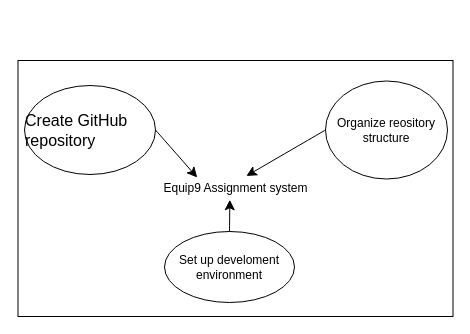
The draw.io diagram GitHub repository management .drawio in Shifa1002/Equip9-Assignment-, before the edit. Source tidied: cells renumbered, new cells numbered last; positions are measured from the earlier drawing's top-left corner, leaving out a move shared by most shapes. Both pictures are drawn from the tidied source at 100%, with x=0, y=0 at pixel (18, 60).
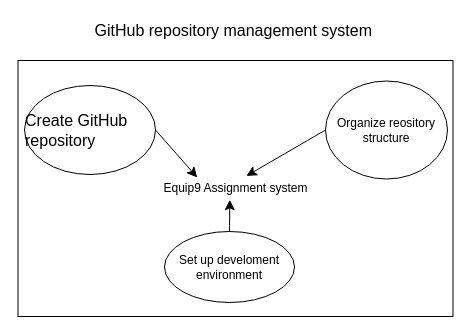
After the change.

What changed in the source:
```diff
@@
 <mxGraphModel>
   <root>
     <mxCell id="0" />
     <mxCell id="1" parent="0" />
     <mxCell id="2" style="edgeStyle=none;curved=1;rounded=0;jettySize=auto;html=1;fontSize=12;startSize=8;endSize=8;" parent="1" edge="1" source="3">
       <mxGeometry relative="1" as="geometry">
         <mxPoint x="217" y="139.9" as="targetPoint" />
       </mxGeometry>
     </mxCell>
     <mxCell id="3" value="Equip9 Assignment system" style="rounded=0;whiteSpace=wrap;html=1;" parent="1" vertex="1">
       <mxGeometry x="-0.5" width="435" height="256" as="geometry" />
     </mxCell>
     <mxCell id="4" value="&lt;div style=&quot;text-align: start;&quot;&gt;&lt;font size=&quot;3&quot;&gt;&lt;span style=&quot;-webkit-text-size-adjust: auto;&quot;&gt;Create GitHub repository&lt;/span&gt;&lt;/font&gt;&lt;/div&gt;" style="ellipse;whiteSpace=wrap;html=1;" parent="1" vertex="1">
       <mxGeometry x="6" y="25" width="131" height="89" as="geometry" />
     </mxCell>
     <mxCell id="5" value="Organize reository structure" style="ellipse;whiteSpace=wrap;html=1;" parent="1" vertex="1">
       <mxGeometry x="307" y="20.5" width="122" height="98" as="geometry" />
     </mxCell>
     <mxCell id="6" style="edgeStyle=none;curved=1;rounded=0;orthogonalLoop=1;jettySize=auto;html=1;exitX=0.5;exitY=0;exitDx=0;exitDy=0;fontSize=12;startSize=8;endSize=8;" parent="1" edge="1" source="7" target="7">
       <mxGeometry relative="1" as="geometry" />
     </mxCell>
     <mxCell id="7" value="Set up develoment environment" style="ellipse;whiteSpace=wrap;html=1;" parent="1" vertex="1">
       <mxGeometry x="146" y="171" width="130" height="71" as="geometry" />
     </mxCell>
     <mxCell id="8" style="edgeStyle=none;curved=1;rounded=0;jettySize=auto;html=1;exitX=1;exitY=0.5;exitDx=0;exitDy=0;entryX=0.412;entryY=0.457;entryDx=0;entryDy=0;entryPerimeter=0;fontSize=12;startSize=8;endSize=8;" parent="1" edge="1" source="4" target="3">
       <mxGeometry relative="1" as="geometry" />
     </mxCell>
     <mxCell id="9" style="edgeStyle=none;curved=1;rounded=0;jettySize=auto;html=1;exitX=0;exitY=0.5;exitDx=0;exitDy=0;entryX=0.525;entryY=0.451;entryDx=0;entryDy=0;entryPerimeter=0;fontSize=12;startSize=8;endSize=8;" parent="1" edge="1" source="5" target="3">
       <mxGeometry relative="1" as="geometry" />
     </mxCell>
     <mxCell id="10" style="edgeStyle=none;curved=1;rounded=0;orthogonalLoop=1;jettySize=auto;html=1;entryX=0.5;entryY=1;entryDx=0;entryDy=0;fontSize=12;startSize=8;endSize=8;" parent="1" edge="1" source="7" target="7">
       <mxGeometry relative="1" as="geometry" />
     </mxCell>
     <mxCell id="11" style="edgeStyle=none;curved=1;rounded=0;jettySize=auto;html=1;exitX=0.5;exitY=0;exitDx=0;exitDy=0;entryX=0.487;entryY=0.544;entryDx=0;entryDy=0;entryPerimeter=0;fontSize=12;startSize=8;endSize=8;" parent="1" edge="1" source="7" target="3">
       <mxGeometry relative="1" as="geometry" />
     </mxCell>
+    <mxCell id="12" value="GitHub repository management system&amp;nbsp;" style="text;strokeColor=none;fillColor=none;html=1;align=center;verticalAlign=middle;whiteSpace=wrap;rounded=0;fontSize=16;" parent="1" vertex="1">
+      <mxGeometry x="72.5" y="-43" width="289" height="26" as="geometry" />
+    </mxCell>
   </root>
 </mxGraphModel>
```
